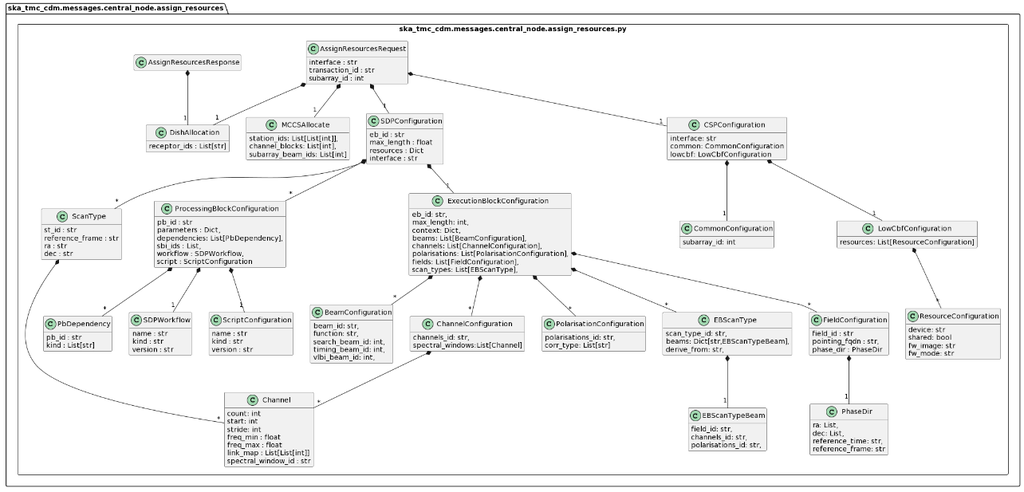
Above: docs/src/developer/centralnode/assignresources.png in ska-telescope/cdm-shared-library (PlantUML), before the change. Its source is kept beside it as docs/src/developer/centralnode/assignresources.puml. Source of this version:
```plantuml
@startuml
hide empty members

package ska_tmc_cdm.messages.central_node {
    package assign_resources.py <<Rectangle>> {
        class DishAllocation {
            receptor_ids : List[str]
        }

        class MCCSAllocate {
            station_ids: List[List[int]],
            channel_blocks: List[int],
            subarray_beam_ids: List[int]
        }

        class Channel {
            count: int
            start: int
            stride: int
            freq_min : float
            freq_max : float
            link_map : List[List[int]]
            spectral_window_id : str
        }

        class ScanType {
            st_id : str
            reference_frame : str
            ra : str
            dec : str
        }
        ScanType *-- "*" Channel

        class PbDependency {
            pb_id : str
            kind : List[str]
        }


        class PhaseDir {
            ra: List,
            dec: List,
            reference_time: str,
            reference_frame: str
        }
        class BeamConfiguration {
            beam_id: str,
            function: str,
            search_beam_id: int,
            timing_beam_id: int,
            vlbi_beam_id: int,
        }
        class ChannelConfiguration {
            channels_id: str,
            spectral_windows:List[Channel]
        }
        ChannelConfiguration  *-- "*" Channel

        class PolarisationConfiguration {
            polarisations_id: str,
            corr_type: List[str]
        }
        class EBScanTypeBeam {
            field_id: str,
            channels_id: str,
            polarisations_id: str,
        }
        class EBScanType {
            scan_type_id: str,
            beams: Dict[str,EBScanTypeBeam],
            derive_from: str,
        }
        EBScanType  *-- "1" EBScanTypeBeam

        class FieldConfiguration {
            field_id : str
            pointing_fqdn : str,
            phase_dir : PhaseDir
        }

        FieldConfiguration  *-- "1" PhaseDir

        class SDPWorkflow {
            name : str
            kind : str
            version : str
        }

        class ScriptConfiguration {
            name : str
            kind : str
            version : str
        }

        class ProcessingBlockConfiguration {
            pb_id : str
            parameters : Dict,
            dependencies: List[PbDependency],
            sbi_ids : List,
            workflow : SDPWorkflow,
            script : ScriptConfiguration
        }
        ProcessingBlockConfiguration  *-- "1" SDPWorkflow
        ProcessingBlockConfiguration  *-- "*" PbDependency
        ProcessingBlockConfiguration  *-- "1" ScriptConfiguration

        class ExecutionBlockConfiguration {
            eb_id: str,
            max_length: int,
            context: Dict,
            beams: List[BeamConfiguration],
            channels: List[ChannelConfiguration],
            polarisations: List[PolarisationConfiguration],
            fields: List[FieldConfiguration],
            scan_types: List[EBScanType],
        }

        ExecutionBlockConfiguration  *-- "*" BeamConfiguration
        ExecutionBlockConfiguration  *-- "*" ChannelConfiguration
        ExecutionBlockConfiguration  *-- "*" PolarisationConfiguration
        ExecutionBlockConfiguration  *-- "*" FieldConfiguration
        ExecutionBlockConfiguration  *-- "*" EBScanType


        class SDPConfiguration {
            eb_id : str
            max_length : float
            resources : Dict
            interface : str
        }
        SDPConfiguration *-- "*" ScanType
        SDPConfiguration *-- "*" ProcessingBlockConfiguration
        SDPConfiguration *-- "1" ExecutionBlockConfiguration

        class CSPConfiguration {
            interface: str
            common: CommonConfiguration
            lowcbf: LowCbfConfiguration
        }

        CSPConfiguration *-- "1" CommonConfiguration
        CSPConfiguration *-- "1" LowCbfConfiguration

        class CommonConfiguration {
subarray_id: int
}

class LowCbfConfiguration {
resources: List[ResourceConfiguration]
}
LowCbfConfiguration *-- "*" ResourceConfiguration
class ResourceConfiguration {
device: str
shared: bool
fw_image: str
fw_mode: str
}
        class AssignResourcesRequest {
            interface : str
            transaction_id : str
            subarray_id : int
        }

        AssignResourcesRequest *-- "1" DishAllocation
        AssignResourcesRequest *-- "1" MCCSAllocate
        AssignResourcesRequest *-- "1" SDPConfiguration
        AssignResourcesRequest *-- "1" CSPConfiguration

        class AssignResourcesResponse
        AssignResourcesResponse *-- "1" DishAllocation
	}
}
@enduml
```
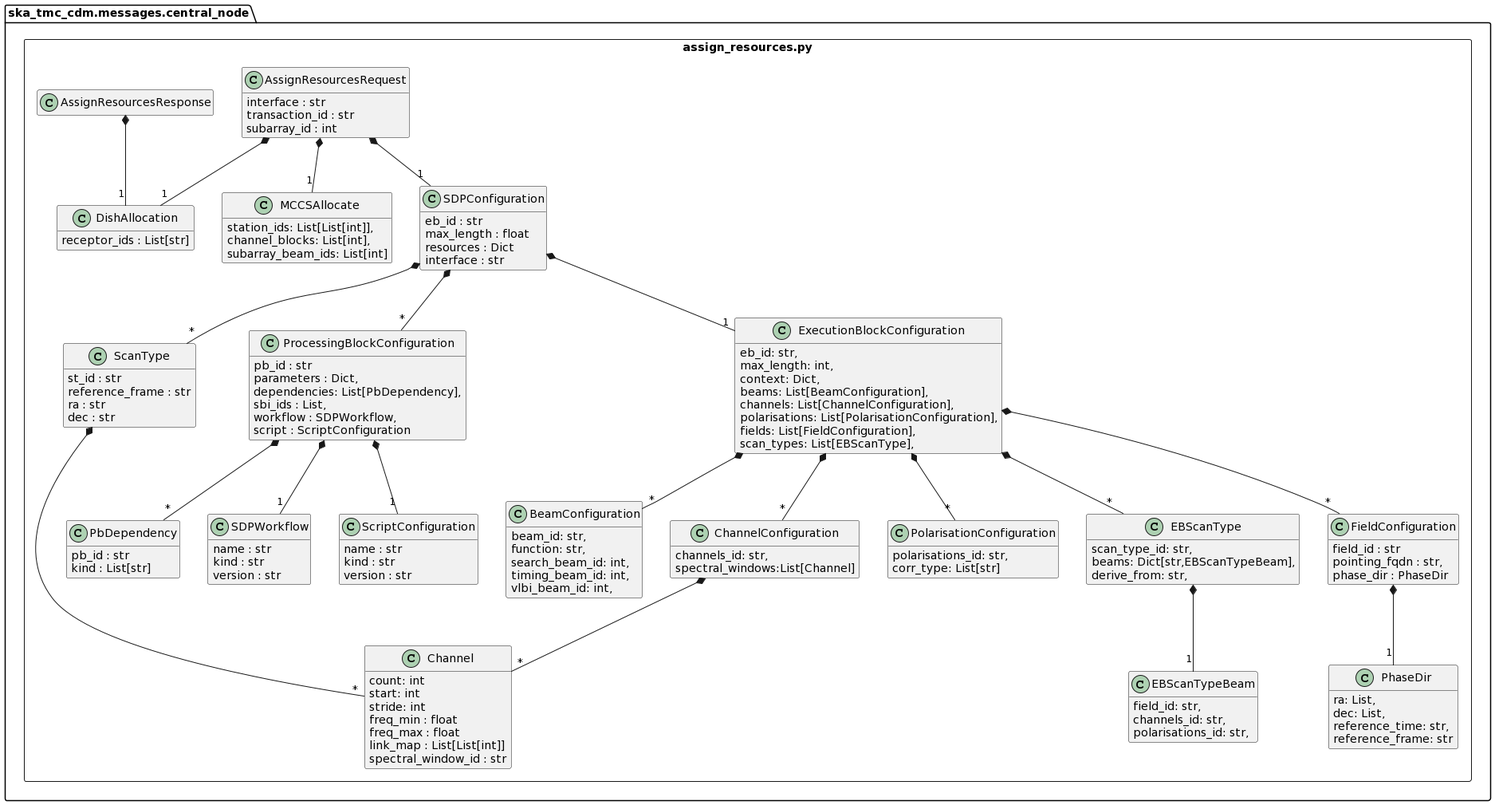
Later version of the same file.

Change to the diagram source:
```diff
@@ -1,6 +1,7 @@
 @startuml
 hide empty members
 
+set separator none
 package ska_tmc_cdm.messages.central_node {
     package assign_resources.py <<Rectangle>> {
         class DishAllocation {
@@ -132,29 +133,7 @@
         SDPConfiguration *-- "*" ProcessingBlockConfiguration
         SDPConfiguration *-- "1" ExecutionBlockConfiguration
 
-        class CSPConfiguration {
-            interface: str
-            common: CommonConfiguration
-            lowcbf: LowCbfConfiguration
-        }
 
-        CSPConfiguration *-- "1" CommonConfiguration
-        CSPConfiguration *-- "1" LowCbfConfiguration
-
-        class CommonConfiguration {
-subarray_id: int
-}
-
-class LowCbfConfiguration {
-resources: List[ResourceConfiguration]
-}
-LowCbfConfiguration *-- "*" ResourceConfiguration
-class ResourceConfiguration {
-device: str
-shared: bool
-fw_image: str
-fw_mode: str
-}
         class AssignResourcesRequest {
             interface : str
             transaction_id : str
@@ -164,7 +143,6 @@
         AssignResourcesRequest *-- "1" DishAllocation
         AssignResourcesRequest *-- "1" MCCSAllocate
         AssignResourcesRequest *-- "1" SDPConfiguration
-        AssignResourcesRequest *-- "1" CSPConfiguration
 
         class AssignResourcesResponse
         AssignResourcesResponse *-- "1" DishAllocation
```
